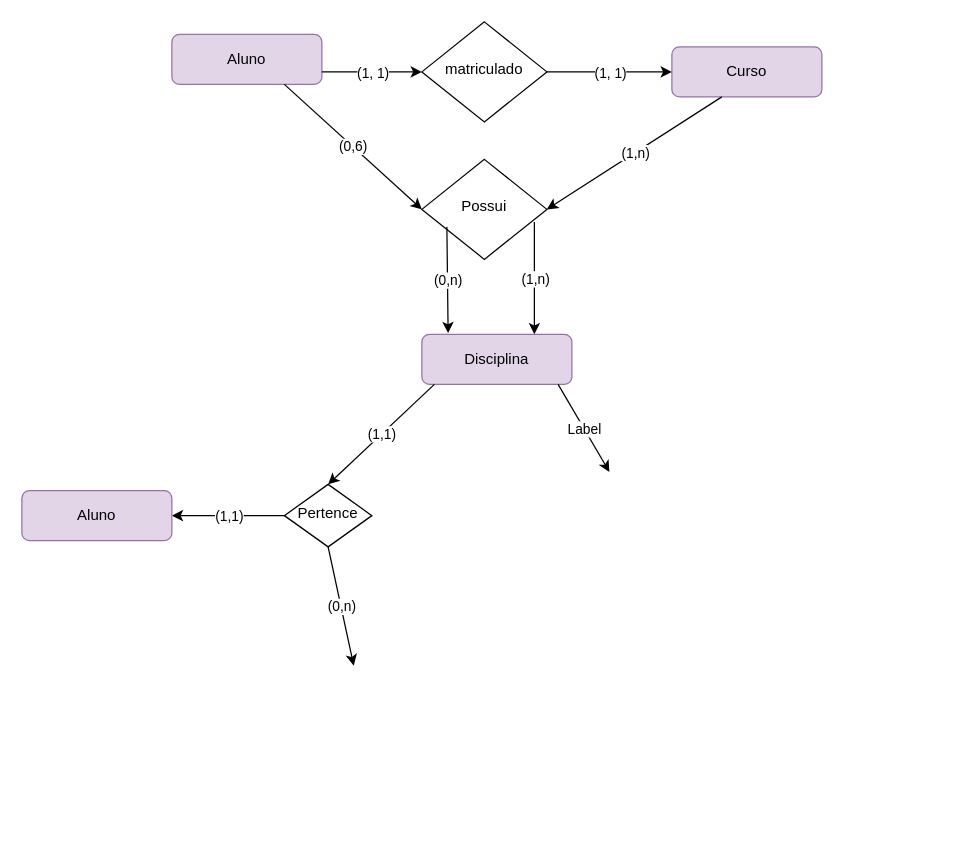
Before: DIAGRAMAFACU.drawio in Laraewellen/Banco-de-dados-teste, a draw.io diagram. Source tidied: cells renumbered, new cells numbered last; positions are measured from the earlier drawing's top-left corner, leaving out a move shared by most shapes. Both pictures are drawn from the tidied source at 125%, with x=0, y=0 at pixel (21, 21).
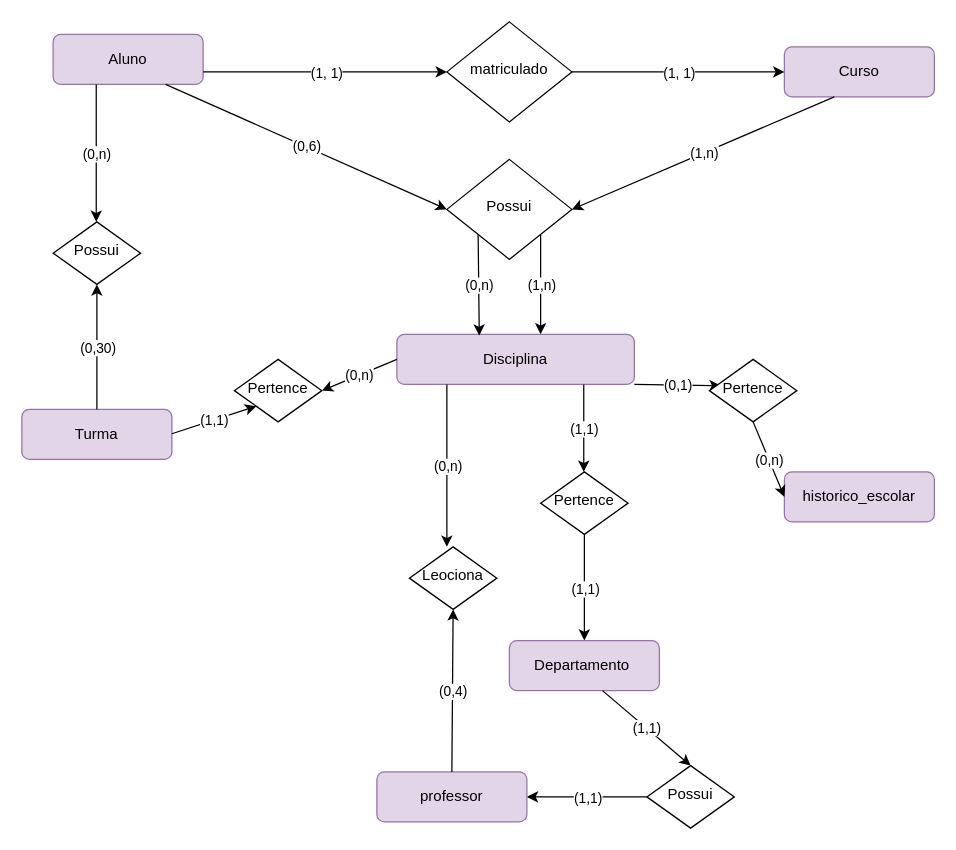
Above is the later version.

The edit, as a diff of the source:
```diff
@@
     <mxCell id="2" value="Aluno" style="rounded=1;whiteSpace=wrap;html=1;fontSize=12;glass=0;strokeWidth=1;shadow=0;fillColor=#e1d5e7;strokeColor=#9673a6;" parent="1" vertex="1">
-      <mxGeometry x="120" y="10" width="120" height="40" as="geometry" />
+      <mxGeometry x="25" y="10" width="120" height="40" as="geometry" />
     </mxCell>
     <mxCell id="3" value="matriculado" style="rhombus;whiteSpace=wrap;html=1;shadow=0;fontFamily=Helvetica;fontSize=12;align=center;strokeWidth=1;spacing=6;spacingTop=-4;" parent="1" vertex="1">
-      <mxGeometry x="320" width="100" height="80" as="geometry" />
+      <mxGeometry x="340" width="100" height="80" as="geometry" />
     </mxCell>
     <mxCell id="4" value="Curso" style="rounded=1;whiteSpace=wrap;html=1;fontSize=12;glass=0;strokeWidth=1;shadow=0;fillColor=#e1d5e7;strokeColor=#9673a6;" parent="1" vertex="1">
-      <mxGeometry x="520" y="20" width="120" height="40" as="geometry" />
+      <mxGeometry x="610" y="20" width="120" height="40" as="geometry" />
     </mxCell>
@@
     <mxCell id="9" value="Disciplina" style="rounded=1;whiteSpace=wrap;html=1;fontSize=12;glass=0;strokeWidth=1;shadow=0;fillColor=#e1d5e7;strokeColor=#9673a6;" parent="1" vertex="1">
-      <mxGeometry x="320" y="250" width="120" height="40" as="geometry" />
+      <mxGeometry x="300" y="250" width="190" height="40" as="geometry" />
     </mxCell>
@@
     <mxCell id="12" value="Possui" style="rhombus;whiteSpace=wrap;html=1;shadow=0;fontFamily=Helvetica;fontSize=12;align=center;strokeWidth=1;spacing=6;spacingTop=-4;" parent="1" vertex="1">
-      <mxGeometry x="320" y="110" width="100" height="80" as="geometry" />
+      <mxGeometry x="340" y="110" width="100" height="80" as="geometry" />
     </mxCell>
-    <mxCell id="13" style="endArrow=classic;html=1;rounded=0;entryX=0.175;entryY=-0.025;entryDx=0;entryDy=0;entryPerimeter=0;exitX=0.2;exitY=0.675;exitDx=0;exitDy=0;exitPerimeter=0;" parent="1" edge="1" source="12" target="9">
+    <mxCell id="13" style="endArrow=classic;html=1;rounded=0;exitX=0;exitY=1;exitDx=0;exitDy=0;entryX=0.347;entryY=0.025;entryDx=0;entryDy=0;entryPerimeter=0;" parent="1" edge="1" source="12" target="9">
       <mxGeometry relative="1" as="geometry" />
     </mxCell>
@@
-    <mxCell id="17" style="endArrow=classic;html=1;rounded=0;entryX=0.75;entryY=0;entryDx=0;entryDy=0;" parent="1" edge="1" target="9">
+    <mxCell id="17" style="endArrow=classic;html=1;rounded=0;exitX=1;exitY=1;exitDx=0;exitDy=0;" parent="1" edge="1" source="12">
       <mxGeometry relative="1" as="geometry">
-        <mxPoint x="410" y="160" as="sourcePoint" />
+        <mxPoint x="415" y="250" as="targetPoint" />
       </mxGeometry>
     </mxCell>
@@
-    <mxCell id="19" value="&#10;&lt;span style=&quot;color: rgba(0, 0, 0, 0); font-family: monospace; font-size: 0px; font-style: normal; font-variant-ligatures: normal; font-variant-caps: normal; font-weight: 400; letter-spacing: normal; orphans: 2; text-align: start; text-indent: 0px; text-transform: none; widows: 2; word-spacing: 0px; -webkit-text-stroke-width: 0px; white-space: nowrap; background-color: rgb(251, 251, 251); text-decoration-thickness: initial; text-decoration-style: initial; text-decoration-color: initial; display: inline !important; float: none;&quot;&gt;%3CmxGraphModel%3E%3Croot%3E%3CmxCell%20id%3D%220%22%2F%3E%3CmxCell%20id%3D%221%22%20parent%3D%220%22%2F%3E%3CmxCell%20id%3D%222%22%20value%3D%22%22%20style%3D%22endArrow%3Dclassic%3Bhtml%3D1%3Brounded%3D0%3BentryX%3D0. 5%3BentryY%3D0%3BentryDx%3D0%3BentryDy%3D0%3B%22%20edge%3D%221%22%20parent%3D%221%22%3E%3CmxGeometry%20relative%3D%221%22%20as%3D%22geometry%22%3E%3CmxPoint%20x%3D%22340%22%20y%3D%22340%22%200%20%20 como%3D%22sourcePoint%22%2F%3E%3CmxPoint%20x%3D%22285%22%20y%3D%22420%22%20as%3D%22targetPoint%22%2F%3E%3C%2FmxGeometry%3E%3C%2FmxCell%3E%3CmxCell%20id%3D%223%22%20value%3D%22(1%2C1)%22% 20style%3D%22edgeLabel%3Bresizable%3D0%3Bhtml%3D1%3B%3Balign%3Dcenter%3BverticalAlign%3Dmiddle%3B%22%20connectable%3D%220%22%20vertex%3D%221%22%20parent%3D%222%22%3E%3CmxGeometry%20relative%3D%221%22%20as%3D%22geometry%22%2F%3E%3C%2FmxCell%3E%3C%2Froot%3E%3C%2FmxGraphModel%3E" style="endArrow=classic;html=1;rounded=0;entryX=0.5;entryY=0;entryDx=0;entryDy=0;" parent="1" edge="1" target="24">
+    <mxCell id="19" value="&#10;&lt;span style=&quot;color: rgba(0, 0, 0, 0); font-family: monospace; font-size: 0px; font-style: normal; font-variant-ligatures: normal; font-variant-caps: normal; font-weight: 400; letter-spacing: normal; orphans: 2; text-align: start; text-indent: 0px; text-transform: none; widows: 2; word-spacing: 0px; -webkit-text-stroke-width: 0px; white-space: nowrap; background-color: rgb(251, 251, 251); text-decoration-thickness: initial; text-decoration-style: initial; text-decoration-color: initial; display: inline !important; float: none;&quot;&gt;%3CmxGraphModel%3E%3Croot%3E%3CmxCell%20id%3D%220%22%2F%3E%3CmxCell%20id%3D%221%22%20parent%3D%220%22%2F%3E%3CmxCell%20id%3D%222%22%20value%3D%22%22%20style%3D%22endArrow%3Dclassic%3Bhtml%3D1%3Brounded%3D0%3BentryX%3D0. 5%3BentryY%3D0%3BentryDx%3D0%3BentryDy%3D0%3B%22%20edge%3D%221%22%20parent%3D%221%22%3E%3CmxGeometry%20relative%3D%221%22%20as%3D%22geometry%22%3E%3CmxPoint%20x%3D%22340%22%20y%3D%22340%22%200%20%20 como%3D%22sourcePoint%22%2F%3E%3CmxPoint%20x%3D%22285%22%20y%3D%22420%22%20as%3D%22targetPoint%22%2F%3E%3C%2FmxGeometry%3E%3C%2FmxCell%3E%3CmxCell%20id%3D%223%22%20value%3D%22(1%2C1)%22% 20style%3D%22edgeLabel%3Bresizable%3D0%3Bhtml%3D1%3B%3Balign%3Dcenter%3BverticalAlign%3Dmiddle%3B%22%20connectable%3D%220%22%20vertex%3D%221%22%20parent%3D%222%22%3E%3CmxGeometry%20relative%3D%221%22%20as%3D%22geometry%22%2F%3E%3C%2FmxCell%3E%3C%2Froot%3E%3C%2FmxGraphModel%3E" style="endArrow=classic;html=1;rounded=0;" parent="1" edge="1">
       <mxGeometry relative="1" as="geometry">
-        <mxPoint x="330" y="290" as="sourcePoint" />
+        <mxPoint x="449.5" y="290" as="sourcePoint" />
+        <mxPoint x="449.5" y="360" as="targetPoint" />
       </mxGeometry>
     </mxCell>
@@
-    <mxCell id="21" style="endArrow=classic;html=1;rounded=0;" parent="1" edge="1">
-      <mxGeometry relative="1" as="geometry">
-        <mxPoint x="429" y="290" as="sourcePoint" />
-        <mxPoint x="470" y="360" as="targetPoint" />
-      </mxGeometry>
+    <mxCell id="21" style="endArrow=classic;html=1;rounded=0;exitX=1;exitY=1;exitDx=0;exitDy=0;entryX=0.129;entryY=0.42;entryDx=0;entryDy=0;entryPerimeter=0;" parent="1" edge="1" source="9" target="31">
+      <mxGeometry relative="1" as="geometry" />
     </mxCell>
-    <mxCell id="22" value="Label" style="edgeLabel;html=1;align=center;verticalAlign=middle;" parent="21" vertex="1">
+    <mxCell id="22" value="(0,1)" style="edgeLabel;html=1;align=center;verticalAlign=middle;" parent="21" vertex="1">
       <mxGeometry relative="1" as="geometry" />
     </mxCell>
@@
     <mxCell id="24" value="Pertence" style="rhombus;whiteSpace=wrap;html=1;shadow=0;fontFamily=Helvetica;fontSize=12;align=center;strokeWidth=1;spacing=6;spacingTop=-4;" parent="1" vertex="1">
-      <mxGeometry x="210" y="370" width="70" height="50" as="geometry" />
+      <mxGeometry x="415" y="360" width="70" height="50" as="geometry" />
     </mxCell>
-    <mxCell id="25" value="&#10;&lt;span style=&quot;color: rgba(0, 0, 0, 0); font-family: monospace; font-size: 0px; font-style: normal; font-variant-ligatures: normal; font-variant-caps: normal; font-weight: 400; letter-spacing: normal; orphans: 2; text-align: start; text-indent: 0px; text-transform: none; widows: 2; word-spacing: 0px; -webkit-text-stroke-width: 0px; white-space: nowrap; background-color: rgb(251, 251, 251); text-decoration-thickness: initial; text-decoration-style: initial; text-decoration-color: initial; display: inline !important; float: none;&quot;&gt;%3CmxGraphModel%3E%3Croot%3E%3CmxCell%20id%3D%220%22%2F%3E%3CmxCell%20id%3D%221%22%20parent%3D%220%22%2F%3E%3CmxCell%20id%3D%222%22%20value%3D%22%22%20style%3D%22endArrow%3Dclassic%3Bhtml%3D1%3Brounded%3D0%3BentryX%3D0. 5%3BentryY%3D0%3BentryDx%3D0%3BentryDy%3D0%3B%22%20edge%3D%221%22%20parent%3D%221%22%3E%3CmxGeometry%20relative%3D%221%22%20as%3D%22geometry%22%3E%3CmxPoint%20x%3D%22340%22%20y%3D%22340%22%200%20%20 como%3D%22sourcePoint%22%2F%3E%3CmxPoint%20x%3D%22285%22%20y%3D%22420%22%20as%3D%22targetPoint%22%2F%3E%3C%2FmxGeometry%3E%3C%2FmxCell%3E%3CmxCell%20id%3D%223%22%20value%3D%22(1%2C1)%22% 20style%3D%22edgeLabel%3Bresizable%3D0%3Bhtml%3D1%3B%3Balign%3Dcenter%3BverticalAlign%3Dmiddle%3B%22%20connectable%3D%220%22%20vertex%3D%221%22%20parent%3D%222%22%3E%3CmxGeometry%20relative%3D%221%22%20as%3D%22geometry%22%2F%3E%3C%2FmxCell%3E%3C%2Froot%3E%3C%2FmxGraphModel%3E" style="endArrow=classic;html=1;rounded=0;entryX=1;entryY=0.5;entryDx=0;entryDy=0;" parent="1" edge="1" source="24" target="27">
+    <mxCell id="25" value="&#10;&lt;span style=&quot;color: rgba(0, 0, 0, 0); font-family: monospace; font-size: 0px; font-style: normal; font-variant-ligatures: normal; font-variant-caps: normal; font-weight: 400; letter-spacing: normal; orphans: 2; text-align: start; text-indent: 0px; text-transform: none; widows: 2; word-spacing: 0px; -webkit-text-stroke-width: 0px; white-space: nowrap; background-color: rgb(251, 251, 251); text-decoration-thickness: initial; text-decoration-style: initial; text-decoration-color: initial; display: inline !important; float: none;&quot;&gt;%3CmxGraphModel%3E%3Croot%3E%3CmxCell%20id%3D%220%22%2F%3E%3CmxCell%20id%3D%221%22%20parent%3D%220%22%2F%3E%3CmxCell%20id%3D%222%22%20value%3D%22%22%20style%3D%22endArrow%3Dclassic%3Bhtml%3D1%3Brounded%3D0%3BentryX%3D0. 5%3BentryY%3D0%3BentryDx%3D0%3BentryDy%3D0%3B%22%20edge%3D%221%22%20parent%3D%221%22%3E%3CmxGeometry%20relative%3D%221%22%20as%3D%22geometry%22%3E%3CmxPoint%20x%3D%22340%22%20y%3D%22340%22%200%20%20 como%3D%22sourcePoint%22%2F%3E%3CmxPoint%20x%3D%22285%22%20y%3D%22420%22%20as%3D%22targetPoint%22%2F%3E%3C%2FmxGeometry%3E%3C%2FmxCell%3E%3CmxCell%20id%3D%223%22%20value%3D%22(1%2C1)%22% 20style%3D%22edgeLabel%3Bresizable%3D0%3Bhtml%3D1%3B%3Balign%3Dcenter%3BverticalAlign%3Dmiddle%3B%22%20connectable%3D%220%22%20vertex%3D%221%22%20parent%3D%222%22%3E%3CmxGeometry%20relative%3D%221%22%20as%3D%22geometry%22%2F%3E%3C%2FmxCell%3E%3C%2Froot%3E%3C%2FmxGraphModel%3E" style="endArrow=classic;html=1;rounded=0;exitX=0.5;exitY=1;exitDx=0;exitDy=0;entryX=0.5;entryY=0;entryDx=0;entryDy=0;" parent="1" edge="1" source="24" target="27">
       <mxGeometry relative="1" as="geometry" />
     </mxCell>
@@
-    <mxCell id="27" value="Aluno" style="rounded=1;whiteSpace=wrap;html=1;fontSize=12;glass=0;strokeWidth=1;shadow=0;fillColor=#e1d5e7;strokeColor=#9673a6;" parent="1" vertex="1">
-      <mxGeometry y="375" width="120" height="40" as="geometry" />
+    <mxCell id="27" value="Departamento&amp;nbsp;" style="rounded=1;whiteSpace=wrap;html=1;fontSize=12;glass=0;strokeWidth=1;shadow=0;fillColor=#e1d5e7;strokeColor=#9673a6;" parent="1" vertex="1">
+      <mxGeometry x="390" y="495" width="120" height="40" as="geometry" />
     </mxCell>
-    <mxCell id="28" style="endArrow=classic;html=1;rounded=0;entryX=0.175;entryY=-0.025;entryDx=0;entryDy=0;entryPerimeter=0;exitX=0.5;exitY=1;exitDx=0;exitDy=0;" parent="1" edge="1" source="24">
-      <mxGeometry relative="1" as="geometry">
-        <mxPoint x="265.5" y="515" as="targetPoint" />
-      </mxGeometry>
-    </mxCell>
-    <mxCell id="29" value="(0,n)" style="edgeLabel;html=1;align=center;verticalAlign=middle;" parent="28" vertex="1">
-      <mxGeometry relative="1" as="geometry" />
-    </mxCell>
+    <mxCell id="30" value="historico_escolar" style="rounded=1;whiteSpace=wrap;html=1;fontSize=12;glass=0;strokeWidth=1;shadow=0;fillColor=#e1d5e7;strokeColor=#9673a6;" parent="1" vertex="1">
+      <mxGeometry x="610" y="360" width="120" height="40" as="geometry" />
+    </mxCell>
+    <mxCell id="31" value="Pertence" style="rhombus;whiteSpace=wrap;html=1;shadow=0;fontFamily=Helvetica;fontSize=12;align=center;strokeWidth=1;spacing=6;spacingTop=-4;" parent="1" vertex="1">
+      <mxGeometry x="550" y="270" width="70" height="50" as="geometry" />
+    </mxCell>
+    <mxCell id="32" value="&#10;&lt;span style=&quot;color: rgba(0, 0, 0, 0); font-family: monospace; font-size: 0px; font-style: normal; font-variant-ligatures: normal; font-variant-caps: normal; font-weight: 400; letter-spacing: normal; orphans: 2; text-align: start; text-indent: 0px; text-transform: none; widows: 2; word-spacing: 0px; -webkit-text-stroke-width: 0px; white-space: nowrap; background-color: rgb(251, 251, 251); text-decoration-thickness: initial; text-decoration-style: initial; text-decoration-color: initial; display: inline !important; float: none;&quot;&gt;%3CmxGraphModel%3E%3Croot%3E%3CmxCell%20id%3D%220%22%2F%3E%3CmxCell%20id%3D%221%22%20parent%3D%220%22%2F%3E%3CmxCell%20id%3D%222%22%20value%3D%22%22%20style%3D%22endArrow%3Dclassic%3Bhtml%3D1%3Brounded%3D0%3BentryX%3D0. 5%3BentryY%3D0%3BentryDx%3D0%3BentryDy%3D0%3B%22%20edge%3D%221%22%20parent%3D%221%22%3E%3CmxGeometry%20relative%3D%221%22%20as%3D%22geometry%22%3E%3CmxPoint%20x%3D%22340%22%20y%3D%22340%22%200%20%20 como%3D%22sourcePoint%22%2F%3E%3CmxPoint%20x%3D%22285%22%20y%3D%22420%22%20as%3D%22targetPoint%22%2F%3E%3C%2FmxGeometry%3E%3C%2FmxCell%3E%3CmxCell%20id%3D%223%22%20value%3D%22(1%2C1)%22% 20style%3D%22edgeLabel%3Bresizable%3D0%3Bhtml%3D1%3B%3Balign%3Dcenter%3BverticalAlign%3Dmiddle%3B%22%20connectable%3D%220%22%20vertex%3D%221%22%20parent%3D%222%22%3E%3CmxGeometry%20relative%3D%221%22%20as%3D%22geometry%22%2F%3E%3C%2FmxCell%3E%3C%2Froot%3E%3C%2FmxGraphModel%3E" style="endArrow=classic;html=1;rounded=0;entryX=0;entryY=0.5;entryDx=0;entryDy=0;" parent="1" edge="1" target="30">
+      <mxGeometry relative="1" as="geometry">
+        <mxPoint x="585" y="320" as="sourcePoint" />
+      </mxGeometry>
+    </mxCell>
+    <mxCell id="33" value="(0,n)" style="edgeLabel;html=1;align=center;verticalAlign=middle;" parent="32" vertex="1">
+      <mxGeometry relative="1" as="geometry" />
+    </mxCell>
+    <mxCell id="34" style="endArrow=classic;html=1;rounded=0;entryX=0.5;entryY=0;entryDx=0;entryDy=0;" parent="1" edge="1" target="36">
+      <mxGeometry relative="1" as="geometry">
+        <mxPoint x="464.5" y="535" as="sourcePoint" />
+      </mxGeometry>
+    </mxCell>
+    <mxCell id="35" value="(1,1)" style="edgeLabel;html=1;align=center;verticalAlign=middle;" parent="34" vertex="1">
+      <mxGeometry relative="1" as="geometry" />
+    </mxCell>
+    <mxCell id="36" value="Possui" style="rhombus;whiteSpace=wrap;html=1;shadow=0;fontFamily=Helvetica;fontSize=12;align=center;strokeWidth=1;spacing=6;spacingTop=-4;" parent="1" vertex="1">
+      <mxGeometry x="500" y="595" width="70" height="50" as="geometry" />
+    </mxCell>
+    <mxCell id="37" style="endArrow=classic;html=1;rounded=0;exitX=0;exitY=0.5;exitDx=0;exitDy=0;entryX=1;entryY=0.5;entryDx=0;entryDy=0;" parent="1" edge="1" source="36" target="39">
+      <mxGeometry relative="1" as="geometry" />
+    </mxCell>
+    <mxCell id="38" value="(1,1)" style="edgeLabel;html=1;align=center;verticalAlign=middle;" parent="37" vertex="1">
+      <mxGeometry relative="1" as="geometry" />
+    </mxCell>
+    <mxCell id="39" value="professor" style="rounded=1;whiteSpace=wrap;html=1;fontSize=12;glass=0;strokeWidth=1;shadow=0;fillColor=#e1d5e7;strokeColor=#9673a6;" parent="1" vertex="1">
+      <mxGeometry x="284" y="600" width="120" height="40" as="geometry" />
+    </mxCell>
+    <mxCell id="40" style="endArrow=classic;html=1;rounded=0;exitX=0.5;exitY=0;exitDx=0;exitDy=0;entryX=0.5;entryY=1;entryDx=0;entryDy=0;" parent="1" edge="1" source="39" target="42">
+      <mxGeometry relative="1" as="geometry" />
+    </mxCell>
+    <mxCell id="41" value="(0,4)" style="edgeLabel;html=1;align=center;verticalAlign=middle;" parent="40" vertex="1">
+      <mxGeometry relative="1" as="geometry" />
+    </mxCell>
+    <mxCell id="42" value="Leociona" style="rhombus;whiteSpace=wrap;html=1;shadow=0;fontFamily=Helvetica;fontSize=12;align=center;strokeWidth=1;spacing=6;spacingTop=-4;" parent="1" vertex="1">
+      <mxGeometry x="310" y="420" width="70" height="50" as="geometry" />
+    </mxCell>
+    <mxCell id="43" style="endArrow=classic;html=1;rounded=0;exitX=0.053;exitY=0.95;exitDx=0;exitDy=0;exitPerimeter=0;" parent="1" edge="1">
+      <mxGeometry relative="1" as="geometry">
+        <mxPoint x="340" y="290" as="sourcePoint" />
+        <mxPoint x="340" y="420" as="targetPoint" />
+      </mxGeometry>
+    </mxCell>
+    <mxCell id="44" value="(0,n)" style="edgeLabel;html=1;align=center;verticalAlign=middle;" parent="43" vertex="1">
+      <mxGeometry relative="1" as="geometry" />
+    </mxCell>
+    <mxCell id="45" value="Turma" style="rounded=1;whiteSpace=wrap;html=1;fontSize=12;glass=0;strokeWidth=1;shadow=0;fillColor=#e1d5e7;strokeColor=#9673a6;" parent="1" vertex="1">
+      <mxGeometry y="310" width="120" height="40" as="geometry" />
+    </mxCell>
+    <mxCell id="46" style="endArrow=classic;html=1;rounded=0;entryX=0.5;entryY=1;entryDx=0;entryDy=0;exitX=0.5;exitY=0;exitDx=0;exitDy=0;" parent="1" edge="1" source="45" target="50">
+      <mxGeometry relative="1" as="geometry" />
+    </mxCell>
+    <mxCell id="47" value="(0,30)" style="edgeLabel;html=1;align=center;verticalAlign=middle;" parent="46" vertex="1">
+      <mxGeometry relative="1" as="geometry" />
+    </mxCell>
+    <mxCell id="48" style="endArrow=classic;html=1;rounded=0;exitX=0.5;exitY=1;exitDx=0;exitDy=0;entryX=0.5;entryY=0;entryDx=0;entryDy=0;" parent="1" edge="1">
+      <mxGeometry relative="1" as="geometry">
+        <mxPoint x="59.5" y="50" as="sourcePoint" />
+        <mxPoint x="59.5" y="160" as="targetPoint" />
+      </mxGeometry>
+    </mxCell>
+    <mxCell id="49" value="(0,n)" style="edgeLabel;html=1;align=center;verticalAlign=middle;" parent="48" vertex="1">
+      <mxGeometry relative="1" as="geometry" />
+    </mxCell>
+    <mxCell id="50" value="Possui" style="rhombus;whiteSpace=wrap;html=1;shadow=0;fontFamily=Helvetica;fontSize=12;align=center;strokeWidth=1;spacing=6;spacingTop=-4;" parent="1" vertex="1">
+      <mxGeometry x="25" y="160" width="70" height="50" as="geometry" />
+    </mxCell>
+    <mxCell id="51" value="Pertence" style="rhombus;whiteSpace=wrap;html=1;shadow=0;fontFamily=Helvetica;fontSize=12;align=center;strokeWidth=1;spacing=6;spacingTop=-4;" parent="1" vertex="1">
+      <mxGeometry x="170" y="270" width="70" height="50" as="geometry" />
+    </mxCell>
+    <mxCell id="52" style="endArrow=classic;html=1;rounded=0;entryX=0;entryY=1;entryDx=0;entryDy=0;" parent="1" edge="1" target="51">
+      <mxGeometry relative="1" as="geometry">
+        <mxPoint x="120" y="329.5" as="sourcePoint" />
+      </mxGeometry>
+    </mxCell>
+    <mxCell id="53" value="(1,1)" style="edgeLabel;html=1;align=center;verticalAlign=middle;" parent="52" vertex="1">
+      <mxGeometry relative="1" as="geometry" />
+    </mxCell>
+    <mxCell id="54" style="endArrow=classic;html=1;rounded=0;exitX=0;exitY=0.5;exitDx=0;exitDy=0;entryX=1;entryY=0.5;entryDx=0;entryDy=0;" parent="1" edge="1" source="9" target="51">
+      <mxGeometry relative="1" as="geometry" />
+    </mxCell>
+    <mxCell id="55" value="(0,n)" style="edgeLabel;html=1;align=center;verticalAlign=middle;" parent="54" vertex="1">
+      <mxGeometry relative="1" as="geometry" />
+    </mxCell>
```
